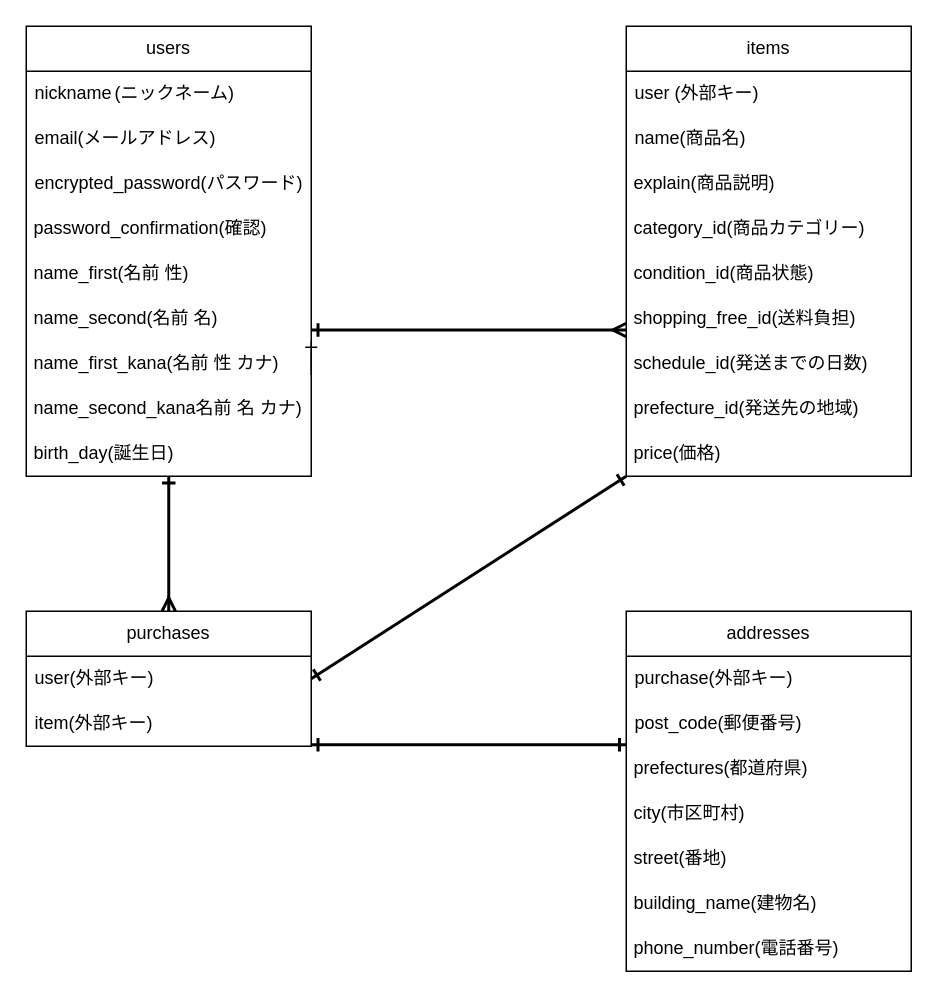
The draw.io diagram furema.dio in ricky1423/furima-40584, before the edit. Source tidied: cells renumbered, new cells numbered last; positions are measured from the earlier drawing's top-left corner, leaving out a move shared by most shapes. Both pictures are drawn from the tidied source at 150%, with x=0, y=0 at pixel (26, 26).
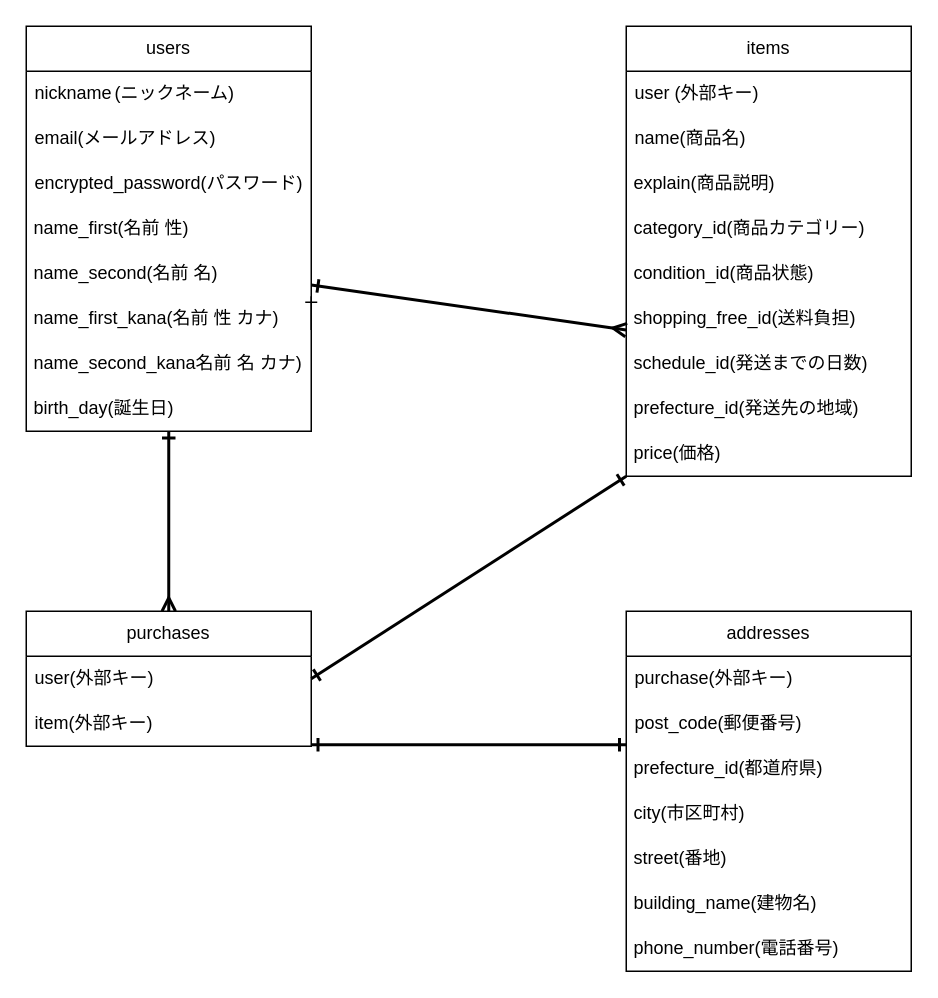
The same diagram, later.

Commit message (it also covers changes not shown here):
データベース設計　修正版

The change refers to these unchanged cells:
```xml
<mxCell id="27" value="addresses" style="swimlane;fontStyle=0;horizontal=1;startSize=30;whiteSpace=wrap;html=1;rounded=0;" parent="1" vertex="1">
  <mxGeometry x="400" y="390" width="190" height="240" as="geometry" />
</mxCell>
```

The edit, as a diff of the source:
```diff
@@
     <mxCell id="2" value="users" style="swimlane;fontStyle=0;horizontal=1;startSize=30;whiteSpace=wrap;html=1;align=center;rounded=0;" parent="1" vertex="1">
-      <mxGeometry width="190" height="300" as="geometry" />
+      <mxGeometry width="190" height="270" as="geometry" />
     </mxCell>
@@
-    <mxCell id="6" value="&amp;nbsp;password_confirmation(確認)" style="text;html=1;strokeColor=none;fillColor=none;align=left;verticalAlign=middle;whiteSpace=wrap;rounded=0;" parent="2" vertex="1">
-      <mxGeometry y="120" width="190" height="30" as="geometry" />
-    </mxCell>
     <mxCell id="7" value="&amp;nbsp;name_first(名前 性)" style="text;html=1;strokeColor=none;fillColor=none;align=left;verticalAlign=middle;whiteSpace=wrap;rounded=0;" parent="2" vertex="1">
-      <mxGeometry y="150" width="190" height="30" as="geometry" />
+      <mxGeometry y="120" width="190" height="30" as="geometry" />
     </mxCell>
     <mxCell id="8" value="&amp;nbsp;name_second(名前 名)" style="text;html=1;strokeColor=none;fillColor=none;align=left;verticalAlign=middle;whiteSpace=wrap;rounded=0;" parent="2" vertex="1">
-      <mxGeometry y="180" width="190" height="30" as="geometry" />
+      <mxGeometry y="150" width="190" height="30" as="geometry" />
     </mxCell>
     <mxCell id="9" value="&amp;nbsp;name_first_kana(名前 性 カナ)　&amp;nbsp;" style="text;html=1;strokeColor=none;fillColor=none;align=left;verticalAlign=middle;whiteSpace=wrap;rounded=0;" parent="2" vertex="1">
-      <mxGeometry y="210" width="190" height="30" as="geometry" />
+      <mxGeometry y="180" width="190" height="30" as="geometry" />
     </mxCell>
     <mxCell id="10" value="&amp;nbsp;name_second_kana名前 名 カナ)　" style="text;html=1;strokeColor=none;fillColor=none;align=left;verticalAlign=middle;whiteSpace=wrap;rounded=0;" parent="2" vertex="1">
-      <mxGeometry y="240" width="190" height="30" as="geometry" />
+      <mxGeometry y="210" width="190" height="30" as="geometry" />
     </mxCell>
     <mxCell id="11" value="&amp;nbsp;birth_day(誕生日)" style="text;html=1;strokeColor=none;fillColor=none;align=left;verticalAlign=middle;whiteSpace=wrap;rounded=0;" parent="2" vertex="1">
-      <mxGeometry y="270" width="190" height="30" as="geometry" />
+      <mxGeometry y="240" width="190" height="30" as="geometry" />
     </mxCell>
@@
-    <mxCell id="30" value="&amp;nbsp;prefectures(都道府県)" style="text;html=1;strokeColor=none;fillColor=none;align=left;verticalAlign=middle;whiteSpace=wrap;rounded=0;" parent="27" vertex="1">
+    <mxCell id="30" value="&amp;nbsp;prefecture_id(都道府県)" style="text;html=1;strokeColor=none;fillColor=none;align=left;verticalAlign=middle;whiteSpace=wrap;rounded=0;" parent="27" vertex="1">
       <mxGeometry y="90" width="190" height="30" as="geometry" />
     </mxCell>
```
